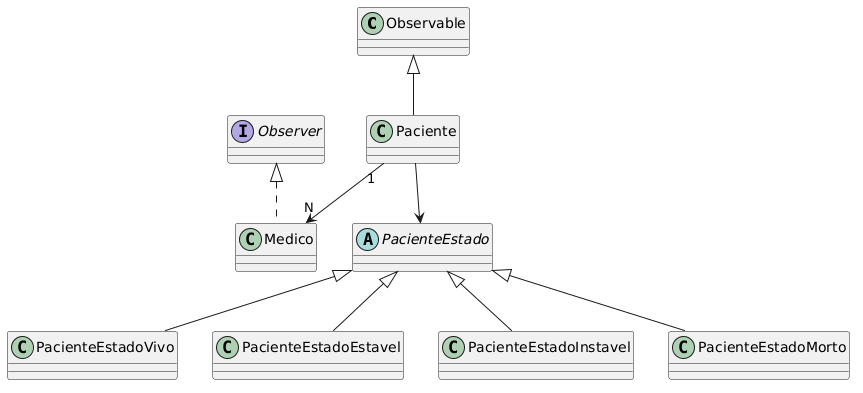
Above: Diagrama UML.png in Pablo-henrique23/IntegracaoStateObserver (PlantUML), before the change. The source it was exported from:
```plantuml
@startuml
class Observable
interface Observer {
}

class Paciente {
}

class Medico {
}

abstract class PacienteEstado {
}

class PacienteEstadoVivo {
}

class PacienteEstadoEstavel {
}

class PacienteEstadoInstavel {
}

class PacienteEstadoMorto {
}

Observable <|-- Paciente
Observer <|.. Medico
Paciente "1" --> "N" Medico
Paciente --> PacienteEstado

PacienteEstado <|-- PacienteEstadoVivo
PacienteEstado <|-- PacienteEstadoEstavel
PacienteEstado <|-- PacienteEstadoInstavel
PacienteEstado <|-- PacienteEstadoMorto
@enduml
```
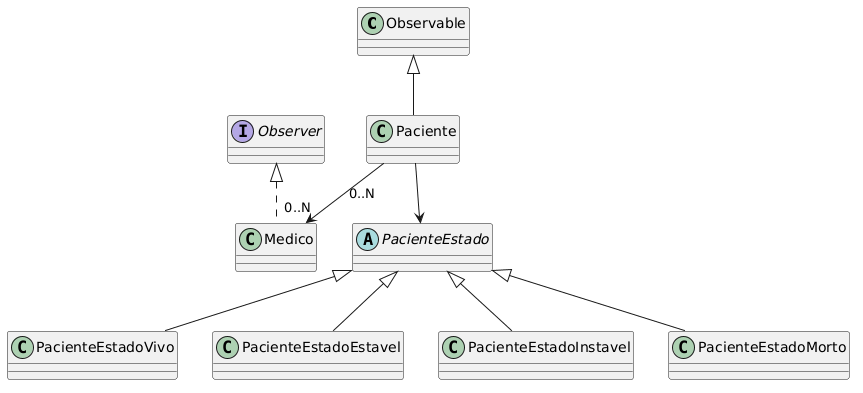
Above is the later version.

The edit, as a diff of the source:
```diff
@@ -10,23 +10,28 @@
 }
 
 abstract class PacienteEstado {
+
 }
 
 class PacienteEstadoVivo {
+
 }
 
 class PacienteEstadoEstavel {
+
 }
 
 class PacienteEstadoInstavel {
+
 }
 
 class PacienteEstadoMorto {
+
 }
 
 Observable <|-- Paciente
 Observer <|.. Medico
-Paciente "1" --> "N" Medico
+Paciente "\n0..N" --> "0..N" Medico
 Paciente --> PacienteEstado
 
 PacienteEstado <|-- PacienteEstadoVivo
```
